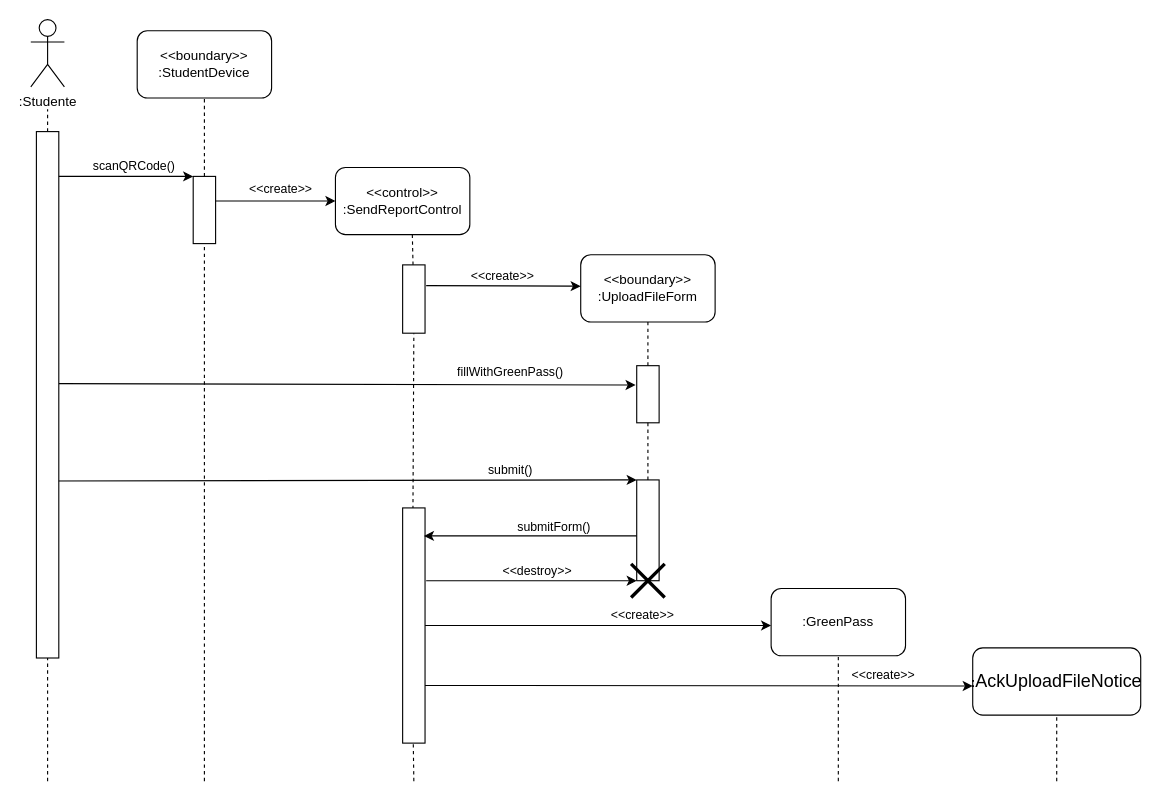
This is Documentazione/Resources/Sequence Diagram SendGreenPass.drawio from Alberto-00/EasyPass, a draw.io file, before an edit. Source tidied: cells renumbered, new cells numbered last; positions are measured from the earlier drawing's top-left corner, leaving out a move shared by most shapes. Both pictures are drawn from the tidied source at 112%, with x=0, y=0 at pixel (30, 19).
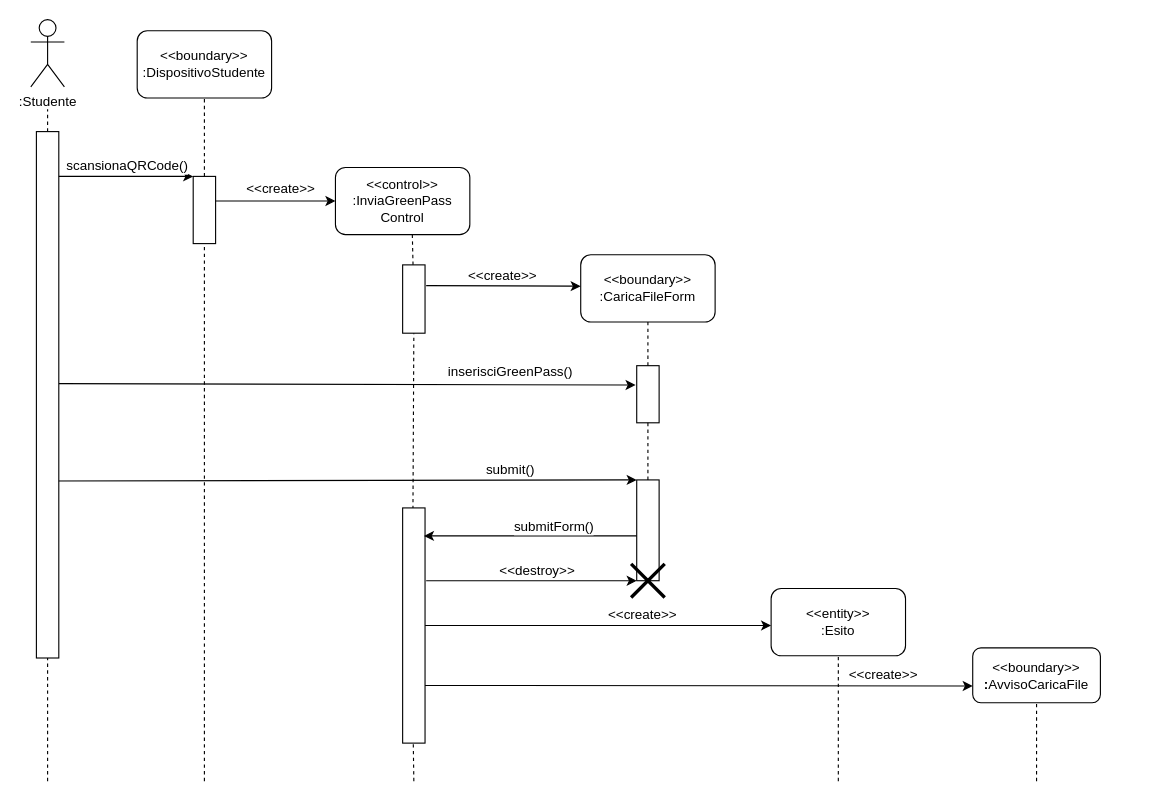
The same diagram, later.

Commit message (it also covers changes not shown here):
Sequence e Class Diagram

Unchanged cells that the change refers to:
```xml
<mxCell id="14" style="endArrow=classic;html=1;rounded=0;" parent="1" edge="1">
  <mxGeometry relative="1" as="geometry">
    <mxPoint x="15" y="140" as="sourcePoint" />
    <mxPoint x="145" y="140" as="targetPoint" />
  </mxGeometry>
</mxCell>
<mxCell id="16" style="endArrow=classic;html=1;rounded=0;entryX=0;entryY=0.5;entryDx=0;entryDy=0;" parent="1" edge="1" target="7">
  <mxGeometry relative="1" as="geometry">
    <mxPoint x="165" y="162" as="sourcePoint" />
  </mxGeometry>
</mxCell>
<mxCell id="18" style="endArrow=classic;html=1;rounded=0;entryX=0;entryY=0.5;entryDx=0;entryDy=0;" parent="1" edge="1">
  <mxGeometry relative="1" as="geometry">
    <mxPoint x="353" y="237.5" as="sourcePoint" />
    <mxPoint x="491" y="238" as="targetPoint" />
  </mxGeometry>
</mxCell>
<mxCell id="20" style="endArrow=classic;html=1;rounded=0;entryX=-0.05;entryY=0.339;entryDx=0;entryDy=0;entryPerimeter=0;" parent="1" edge="1" target="3">
  <mxGeometry relative="1" as="geometry">
    <mxPoint x="25" y="325" as="sourcePoint" />
  </mxGeometry>
</mxCell>
<mxCell id="22" style="endArrow=classic;html=1;rounded=0;entryX=0;entryY=0;entryDx=0;entryDy=0;" parent="1" edge="1" target="2">
  <mxGeometry relative="1" as="geometry">
    <mxPoint x="15" y="412" as="sourcePoint" />
  </mxGeometry>
</mxCell>
<mxCell id="24" style="endArrow=classic;html=1;rounded=0;" parent="1" edge="1">
  <mxGeometry relative="1" as="geometry">
    <mxPoint x="352" y="541" as="sourcePoint" />
    <mxPoint x="661" y="541" as="targetPoint" />
  </mxGeometry>
</mxCell>
<mxCell id="26" style="endArrow=classic;html=1;rounded=0;" parent="1" edge="1">
  <mxGeometry relative="1" as="geometry">
    <mxPoint x="353" y="501" as="sourcePoint" />
    <mxPoint x="541" y="501" as="targetPoint" />
  </mxGeometry>
</mxCell>
<mxCell id="32" style="endArrow=none;html=1;rounded=0;endFill=0;startArrow=classic;startFill=1;" parent="1" edge="1">
  <mxGeometry relative="1" as="geometry">
    <mxPoint x="351" y="461" as="sourcePoint" />
    <mxPoint x="541" y="461" as="targetPoint" />
  </mxGeometry>
</mxCell>
<mxCell id="35" style="endArrow=classic;html=1;rounded=0;entryX=0;entryY=0.5;entryDx=0;entryDy=0;" parent="1" edge="1">
  <mxGeometry relative="1" as="geometry">
    <mxPoint x="352" y="594.5" as="sourcePoint" />
    <mxPoint x="841" y="595" as="targetPoint" />
  </mxGeometry>
</mxCell>
```

The edit, as a diff of the source:
```diff
@@
-    <mxCell id="6" value="&amp;lt;&amp;lt;boundary&amp;gt;&amp;gt;&lt;br&gt;:UploadFileForm" style="rounded=1;whiteSpace=wrap;html=1;" parent="1" vertex="1">
+    <mxCell id="6" value="&amp;lt;&amp;lt;boundary&amp;gt;&amp;gt;&lt;br&gt;:CaricaFileForm" style="rounded=1;whiteSpace=wrap;html=1;" parent="1" vertex="1">
       <mxGeometry x="491" y="210" width="120" height="60" as="geometry" />
     </mxCell>
-    <mxCell id="7" value="&amp;lt;&amp;lt;control&amp;gt;&amp;gt;&lt;br&gt;:SendReportControl" style="rounded=1;whiteSpace=wrap;html=1;" parent="1" vertex="1">
+    <mxCell id="7" value="&amp;lt;&amp;lt;control&amp;gt;&amp;gt;&lt;br&gt;:InviaGreenPass&lt;br&gt;Control" style="rounded=1;whiteSpace=wrap;html=1;" parent="1" vertex="1">
       <mxGeometry x="272" y="132" width="120" height="60" as="geometry" />
     </mxCell>
-    <mxCell id="8" value="&amp;lt;&amp;lt;boundary&amp;gt;&amp;gt;&lt;br&gt;:StudentDevice" style="rounded=1;whiteSpace=wrap;html=1;" parent="1" vertex="1">
+    <mxCell id="8" value="&amp;lt;&amp;lt;boundary&amp;gt;&amp;gt;&lt;br&gt;:DispositivoStudente" style="rounded=1;whiteSpace=wrap;html=1;" parent="1" vertex="1">
       <mxGeometry x="95" y="10" width="120" height="60" as="geometry" />
     </mxCell>
-    <mxCell id="9" value=":GreenPass" style="rounded=1;whiteSpace=wrap;html=1;" parent="1" vertex="1">
+    <mxCell id="9" value="&amp;lt;&amp;lt;entity&amp;gt;&amp;gt;&lt;br&gt;:Esito" style="rounded=1;whiteSpace=wrap;html=1;" parent="1" vertex="1">
       <mxGeometry x="661" y="508" width="120" height="60" as="geometry" />
     </mxCell>
@@
-    <mxCell id="15" value="scanQRCode()" style="edgeLabel;html=1;align=center;verticalAlign=middle;" parent="14" vertex="1">
+    <mxCell id="15" value="scansionaQRCode()" style="edgeLabel;html=1;align=center;verticalAlign=middle;fontSize=12;" parent="14" vertex="1">
       <mxGeometry x="0.31" y="1" relative="1" as="geometry">
-        <mxPoint x="-9" y="-9" as="offset" />
+        <mxPoint x="-15" y="-9" as="offset" />
       </mxGeometry>
     </mxCell>
@@
-    <mxCell id="17" value="&amp;lt;&amp;lt;create&amp;gt;&amp;gt;" style="edgeLabel;html=1;align=center;verticalAlign=middle;" parent="16" vertex="1">
+    <mxCell id="17" value="&amp;lt;&amp;lt;create&amp;gt;&amp;gt;" style="edgeLabel;html=1;align=center;verticalAlign=middle;fontSize=12;" parent="16" vertex="1">
       <mxGeometry x="0.31" y="1" relative="1" as="geometry">
         <mxPoint x="-13" y="-11" as="offset" />
       </mxGeometry>
     </mxCell>
@@
-    <mxCell id="19" value="&amp;lt;&amp;lt;create&amp;gt;&amp;gt;" style="edgeLabel;html=1;align=center;verticalAlign=middle;" parent="18" vertex="1">
+    <mxCell id="19" value="&lt;font style=&quot;font-size: 12px&quot;&gt;&amp;lt;&amp;lt;create&amp;gt;&amp;gt;&lt;/font&gt;" style="edgeLabel;html=1;align=center;verticalAlign=middle;" parent="18" vertex="1">
       <mxGeometry x="0.31" y="1" relative="1" as="geometry">
         <mxPoint x="-23" y="-8" as="offset" />
       </mxGeometry>
     </mxCell>
@@
-    <mxCell id="21" value="fillWithGreenPass()" style="edgeLabel;html=1;align=center;verticalAlign=middle;" parent="20" vertex="1">
+    <mxCell id="21" value="&lt;font style=&quot;font-size: 12px&quot;&gt;inserisciGreenPass()&lt;/font&gt;" style="edgeLabel;html=1;align=center;verticalAlign=middle;" parent="20" vertex="1">
       <mxGeometry x="0.31" y="1" relative="1" as="geometry">
         <mxPoint x="65" y="-10" as="offset" />
       </mxGeometry>
     </mxCell>
@@
-    <mxCell id="23" value="submit()" style="edgeLabel;html=1;align=center;verticalAlign=middle;" parent="22" vertex="1">
+    <mxCell id="23" value="submit()" style="edgeLabel;html=1;align=center;verticalAlign=middle;fontSize=12;" parent="22" vertex="1">
       <mxGeometry x="0.31" y="1" relative="1" as="geometry">
         <mxPoint x="68" y="-9" as="offset" />
       </mxGeometry>
     </mxCell>
@@
-    <mxCell id="25" value="&amp;lt;&amp;lt;create&amp;gt;&amp;gt;" style="edgeLabel;html=1;align=center;verticalAlign=middle;" parent="24" vertex="1">
+    <mxCell id="25" value="&amp;lt;&amp;lt;create&amp;gt;&amp;gt;" style="edgeLabel;html=1;align=center;verticalAlign=middle;fontSize=12;" parent="24" vertex="1">
       <mxGeometry x="0.31" y="1" relative="1" as="geometry">
         <mxPoint x="-9" y="-9" as="offset" />
       </mxGeometry>
     </mxCell>
@@
-    <mxCell id="27" value="&amp;lt;&amp;lt;destroy&amp;gt;&amp;gt;" style="edgeLabel;html=1;align=center;verticalAlign=middle;" parent="26" vertex="1">
+    <mxCell id="27" value="&amp;lt;&amp;lt;destroy&amp;gt;&amp;gt;" style="edgeLabel;html=1;align=center;verticalAlign=middle;fontSize=12;" parent="26" vertex="1">
       <mxGeometry x="0.31" y="1" relative="1" as="geometry">
         <mxPoint x="-25" y="-9" as="offset" />
       </mxGeometry>
     </mxCell>
@@
-    <mxCell id="33" value="submitForm()" style="edgeLabel;html=1;align=center;verticalAlign=middle;" parent="32" vertex="1">
+    <mxCell id="33" value="submitForm()" style="edgeLabel;html=1;align=center;verticalAlign=middle;fontSize=12;" parent="32" vertex="1">
       <mxGeometry x="0.31" y="1" relative="1" as="geometry">
         <mxPoint x="-9" y="-8" as="offset" />
       </mxGeometry>
     </mxCell>
@@
-    <mxCell id="36" value="&amp;lt;&amp;lt;create&amp;gt;&amp;gt;" style="edgeLabel;html=1;align=center;verticalAlign=middle;" parent="35" vertex="1">
+    <mxCell id="36" value="&amp;lt;&amp;lt;create&amp;gt;&amp;gt;" style="edgeLabel;html=1;align=center;verticalAlign=middle;fontSize=12;" parent="35" vertex="1">
       <mxGeometry x="0.31" y="1" relative="1" as="geometry">
         <mxPoint x="88" y="-9" as="offset" />
       </mxGeometry>
     </mxCell>
@@
     <mxCell id="41" style="endArrow=none;dashed=1;html=1;rounded=0;startArrow=none;entryX=0.5;entryY=1;entryDx=0;entryDy=0;" parent="1" edge="1" target="42">
       <mxGeometry relative="1" as="geometry">
-        <mxPoint x="916" y="680" as="sourcePoint" />
+        <mxPoint x="898" y="680" as="sourcePoint" />
       </mxGeometry>
     </mxCell>
-    <mxCell id="42" value="&lt;b&gt;:&lt;/b&gt;&lt;span style=&quot;font-size: 12.0pt ; line-height: 115% ; font-family: &amp;#34;calibri&amp;#34; , sans-serif&quot;&gt;AckUploadFileNotice&lt;/span&gt;" style="rounded=1;whiteSpace=wrap;html=1;" parent="1" vertex="1">
-      <mxGeometry x="841" y="561" width="150" height="60" as="geometry" />
+    <mxCell id="42" value="&amp;lt;&amp;lt;boundary&amp;gt;&amp;gt;&lt;br&gt;&lt;font&gt;&lt;span style=&quot;font-size: 12px&quot;&gt;&lt;b&gt;:&lt;/b&gt;AvvisoCarica&lt;/span&gt;&lt;font style=&quot;font-size: 12px&quot;&gt;File&lt;/font&gt;&lt;/font&gt;" style="rounded=1;whiteSpace=wrap;html=1;" parent="1" vertex="1">
+      <mxGeometry x="841" y="561" width="114" height="49" as="geometry" />
     </mxCell>
```
